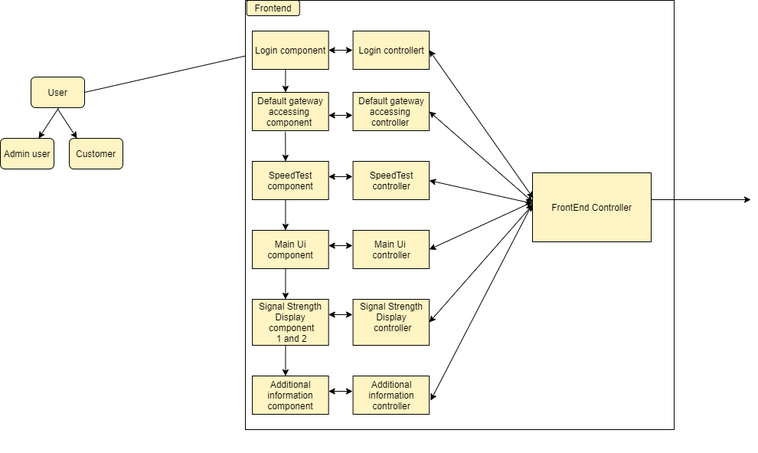
Before: Untitled Diagram.png, a diagram exported from draw.io (Chamithfernando/Signal-Monitoring-Application). Source tidied: cells renumbered, new cells last; positions are measured from the earlier drawing's top-left corner, leaving out a move shared by most shapes.
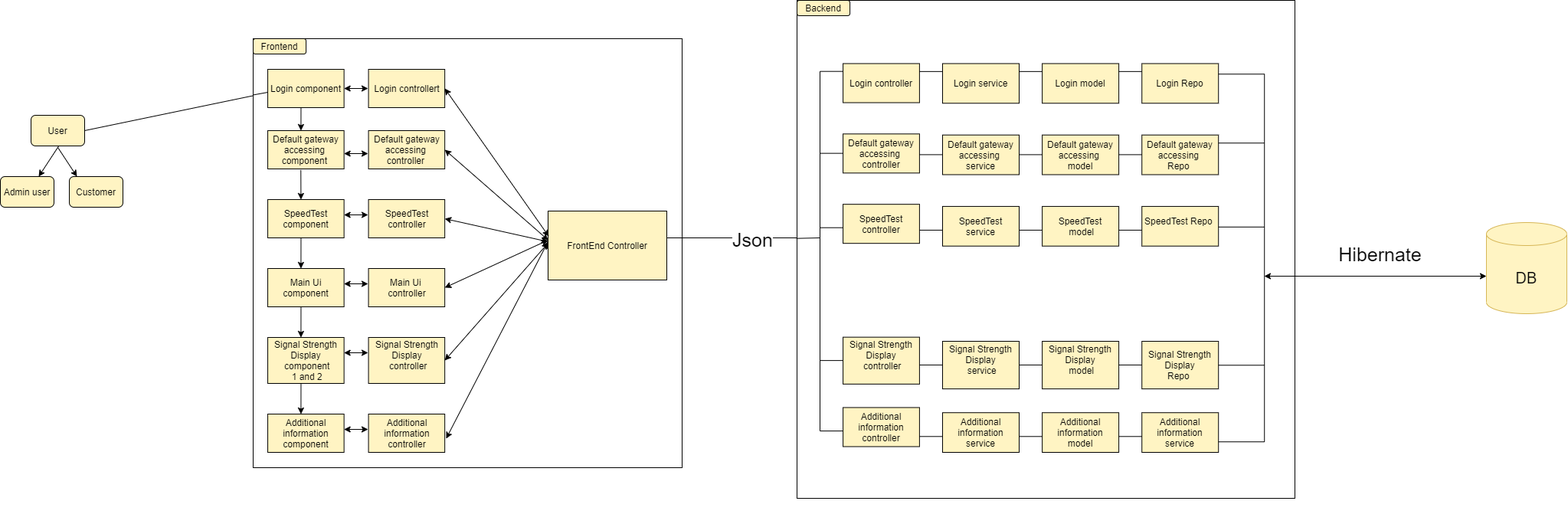
The same diagram one commit later.

The edit, as a diff of the source:
```diff
@@ -2,7 +2,10 @@
   <root>
     <mxCell id="0" />
     <mxCell id="1" parent="0" />
+    <mxCell id="47" style="group;" parent="1" vertex="1">
+      <mxGeometry x="10" y="-900" width="2045" height="632.5" as="geometry" />
+    </mxCell>
-    <mxCell id="2" style="group;" parent="1" vertex="1">
+    <mxCell id="2" style="group;" parent="47" vertex="1">
       <mxGeometry width="881.7" height="590" as="geometry" />
     </mxCell>
     <mxCell id="3" style="group;" parent="2" vertex="1">
@@ -35,10 +38,10 @@
       </mxGeometry>
     </mxCell>
     <mxCell id="10" style="group;" parent="2" vertex="1">
-      <mxGeometry x="130" width="751.7" height="590" as="geometry" />
+      <mxGeometry x="150" width="751.7" height="590" as="geometry" />
     </mxCell>
     <mxCell id="11" style="whiteSpace=wrap;html=1;gradientColor=none;fillColor=#FFFFFF;" parent="10" vertex="1">
-      <mxGeometry x="190" width="560" height="560" as="geometry" />
+      <mxGeometry x="180" width="560" height="560" as="geometry" />
     </mxCell>
     <mxCell id="12" style="group;" parent="10" vertex="1">
       <mxGeometry x="190" width="108.6" height="540" as="geometry" />
@@ -90,15 +93,23 @@
         <mxPoint x="52.4" y="490" as="targetPoint" />
       </mxGeometry>
     </mxCell>
+    <mxCell id="48" style="endArrow=none;html=1;exitX=0.001;exitY=0.131;exitDx=0;exitDy=0;exitPerimeter=0;" parent="12" edge="1" source="11">
+      <mxGeometry relative="1" as="geometry">
+        <mxPoint x="9.1" y="70" as="targetPoint" />
+      </mxGeometry>
+    </mxCell>
     <mxCell id="24" value="Frontend" style="rounded=1;whiteSpace=wrap;html=1;fillColor=#FFF4C3;" parent="10" vertex="1">
-      <mxGeometry x="191.7" width="69.1" height="20" as="geometry" />
+      <mxGeometry x="180" width="69.1" height="20" as="geometry" />
     </mxCell>
     <mxCell id="25" style="endArrow=classic;startArrow=classic;html=1;entryX=1;entryY=0.5;entryDx=0;entryDy=0;" parent="10" edge="1">
       <mxGeometry relative="1" as="geometry">
-        <mxPoint x="850" y="260" as="sourcePoint" />
+        <mxPoint x="900" y="260" as="sourcePoint" />
         <mxPoint x="570" y="260" as="targetPoint" />
       </mxGeometry>
     </mxCell>
+    <mxCell id="49" value="&lt;font style=&quot;font-size: 25px&quot;&gt;Json&lt;/font&gt;" style="edgeLabel;html=1;align=center;verticalAlign=middle;" parent="25" vertex="1">
+      <mxGeometry x="-0.59" y="1" relative="1" as="geometry" />
+    </mxCell>
     <mxCell id="26" style="group;" parent="10" vertex="1">
       <mxGeometry x="321.5" width="108.6" height="540" as="geometry" />
     </mxCell>
@@ -189,5 +200,353 @@
         <mxPoint x="330" y="410" as="targetPoint" />
       </mxGeometry>
     </mxCell>
+    <mxCell id="50" style="group;" parent="47" vertex="1">
+      <mxGeometry x="1050" width="640" height="632.5" as="geometry" />
+    </mxCell>
+    <mxCell id="51" value="Backend" style="rounded=1;whiteSpace=wrap;html=1;fillColor=#FFF4C3;" parent="50" vertex="1">
+      <mxGeometry width="69.1" height="20" as="geometry" />
+    </mxCell>
+    <mxCell id="52" style="group;" parent="50" vertex="1">
+      <mxGeometry x="30" y="32.5" width="610" height="600" as="geometry" />
+    </mxCell>
+    <mxCell id="53" style="endArrow=none;html=1;" parent="52" edge="1">
+      <mxGeometry relative="1" as="geometry">
+        <mxPoint x="69.9" y="207.5" as="sourcePoint" />
+        <mxPoint x="120" y="207.5" as="targetPoint" />
+      </mxGeometry>
+    </mxCell>
+    <mxCell id="54" style="endArrow=none;html=1;exitX=-0.001;exitY=0.479;exitDx=0;exitDy=0;exitPerimeter=0;" parent="52" edge="1" source="70">
+      <mxGeometry relative="1" as="geometry">
+        <mxPoint x="-10" y="227.5" as="targetPoint" />
+      </mxGeometry>
+    </mxCell>
+    <mxCell id="55" style="group;" parent="52" vertex="1">
+      <mxGeometry x="140" width="129.9" height="500" as="geometry" />
+    </mxCell>
+    <mxCell id="56" value="Default gateway accessing&amp;nbsp;&lt;br&gt;controller" style="rounded=0;whiteSpace=wrap;html=1;fillColor=#FFF4C3;gradientColor=none;" parent="55" vertex="1">
+      <mxGeometry x="30.1" y="91.8" width="99.8" height="51" as="geometry" />
+    </mxCell>
+    <mxCell id="57" value="SpeedTest controller" style="rounded=0;whiteSpace=wrap;html=1;fillColor=#FFF4C3;gradientColor=none;" parent="55" vertex="1">
+      <mxGeometry x="30.1" y="183.7" width="99.8" height="51" as="geometry" />
+    </mxCell>
+    <mxCell id="58" value="Main Ui &lt;br&gt;controller" style="rounded=0;whiteSpace=wrap;html=1;fillColor=#FFF4C3;gradientColor=none;" parent="55" vertex="1">
+      <mxGeometry x="30.1" y="275.5" width="99.8" height="51" as="geometry" />
+    </mxCell>
+    <mxCell id="59" value="Signal Strength Display&lt;br&gt;&amp;nbsp;controller&lt;br&gt;&amp;nbsp;" style="rounded=0;whiteSpace=wrap;html=1;fillColor=#FFF4C3;gradientColor=none;" parent="55" vertex="1">
+      <mxGeometry x="30.1" y="357.1" width="99.8" height="61.2" as="geometry" />
+    </mxCell>
+    <mxCell id="60" value="Additional information&lt;br&gt;controller" style="rounded=0;whiteSpace=wrap;html=1;fillColor=#FFF4C3;gradientColor=none;" parent="55" vertex="1">
+      <mxGeometry x="30.1" y="449" width="99.8" height="51" as="geometry" />
+    </mxCell>
+    <mxCell id="61" style="endArrow=none;html=1;" parent="55" edge="1">
+      <mxGeometry relative="1" as="geometry">
+        <mxPoint y="479.6" as="sourcePoint" />
+        <mxPoint y="10.2" as="targetPoint" />
+      </mxGeometry>
+    </mxCell>
+    <mxCell id="62" style="endArrow=none;html=1;" parent="55" edge="1">
+      <mxGeometry relative="1" as="geometry">
+        <mxPoint y="10.2" as="sourcePoint" />
+        <mxPoint x="30.1" y="10.2" as="targetPoint" />
+      </mxGeometry>
+    </mxCell>
+    <mxCell id="63" style="endArrow=none;html=1;" parent="55" edge="1">
+      <mxGeometry relative="1" as="geometry">
+        <mxPoint y="117.1" as="sourcePoint" />
+        <mxPoint x="30.1" y="117.1" as="targetPoint" />
+      </mxGeometry>
+    </mxCell>
+    <mxCell id="64" style="endArrow=none;html=1;" parent="55" edge="1">
+      <mxGeometry relative="1" as="geometry">
+        <mxPoint y="214.2" as="sourcePoint" />
+        <mxPoint x="30.1" y="214.2" as="targetPoint" />
+      </mxGeometry>
+    </mxCell>
+    <mxCell id="65" style="endArrow=none;html=1;" parent="55" edge="1">
+      <mxGeometry relative="1" as="geometry">
+        <mxPoint y="295.9" as="sourcePoint" />
+        <mxPoint x="30.1" y="295.9" as="targetPoint" />
+      </mxGeometry>
+    </mxCell>
+    <mxCell id="66" style="endArrow=none;html=1;" parent="55" edge="1">
+      <mxGeometry relative="1" as="geometry">
+        <mxPoint y="387.6" as="sourcePoint" />
+        <mxPoint x="30.1" y="387.6" as="targetPoint" />
+      </mxGeometry>
+    </mxCell>
+    <mxCell id="67" style="endArrow=none;html=1;" parent="55" edge="1">
+      <mxGeometry relative="1" as="geometry">
+        <mxPoint y="479.6" as="sourcePoint" />
+        <mxPoint x="30.1" y="479.6" as="targetPoint" />
+      </mxGeometry>
+    </mxCell>
+    <mxCell id="68" value="Login controller" style="rounded=0;whiteSpace=wrap;html=1;fillColor=#FFF4C3;gradientColor=none;" parent="52" vertex="1">
+      <mxGeometry x="170.1" width="99.8" height="51" as="geometry" />
+    </mxCell>
+    <mxCell id="69" style="group;" parent="52" vertex="1">
+      <mxGeometry x="-40" y="-50" width="650" height="650" as="geometry" />
+    </mxCell>
+    <mxCell id="70" style="whiteSpace=wrap;html=1;" parent="69" vertex="1">
+      <mxGeometry y="-32.5" width="650" height="650" as="geometry" />
+    </mxCell>
+    <mxCell id="71" style="group;" parent="69" vertex="1">
+      <mxGeometry x="30" y="50" width="129.9" height="500" as="geometry" />
+    </mxCell>
+    <mxCell id="72" value="Login controller" style="rounded=0;whiteSpace=wrap;html=1;fillColor=#FFF4C3;gradientColor=none;" parent="71" vertex="1">
+      <mxGeometry x="30.1" width="99.8" height="51" as="geometry" />
+    </mxCell>
+    <mxCell id="73" value="Default gateway accessing&amp;nbsp;&lt;br&gt;controller" style="rounded=0;whiteSpace=wrap;html=1;fillColor=#FFF4C3;gradientColor=none;" parent="71" vertex="1">
+      <mxGeometry x="30.1" y="91.8" width="99.8" height="51" as="geometry" />
+    </mxCell>
+    <mxCell id="74" value="SpeedTest controller" style="rounded=0;whiteSpace=wrap;html=1;fillColor=#FFF4C3;gradientColor=none;" parent="71" vertex="1">
+      <mxGeometry x="30.1" y="183.7" width="99.8" height="51" as="geometry" />
+    </mxCell>
+    <mxCell id="75" value="Signal Strength Display&lt;br&gt;&amp;nbsp;controller&lt;br&gt;&amp;nbsp;" style="rounded=0;whiteSpace=wrap;html=1;fillColor=#FFF4C3;gradientColor=none;" parent="71" vertex="1">
+      <mxGeometry x="30.1" y="357.1" width="99.8" height="61.2" as="geometry" />
+    </mxCell>
+    <mxCell id="76" value="Additional information&lt;br&gt;controller" style="rounded=0;whiteSpace=wrap;html=1;fillColor=#FFF4C3;gradientColor=none;" parent="71" vertex="1">
+      <mxGeometry x="30.1" y="449" width="99.8" height="51" as="geometry" />
+    </mxCell>
+    <mxCell id="77" style="endArrow=none;html=1;" parent="71" edge="1">
+      <mxGeometry relative="1" as="geometry">
+        <mxPoint y="479.6" as="sourcePoint" />
+        <mxPoint y="10.2" as="targetPoint" />
+      </mxGeometry>
+    </mxCell>
+    <mxCell id="78" style="endArrow=none;html=1;" parent="71" edge="1">
+      <mxGeometry relative="1" as="geometry">
+        <mxPoint y="10.2" as="sourcePoint" />
+        <mxPoint x="30.1" y="10.2" as="targetPoint" />
+      </mxGeometry>
+    </mxCell>
+    <mxCell id="79" style="endArrow=none;html=1;" parent="71" edge="1">
+      <mxGeometry relative="1" as="geometry">
+        <mxPoint y="117.1" as="sourcePoint" />
+        <mxPoint x="30.1" y="117.1" as="targetPoint" />
+      </mxGeometry>
+    </mxCell>
+    <mxCell id="80" style="endArrow=none;html=1;" parent="71" edge="1">
+      <mxGeometry relative="1" as="geometry">
+        <mxPoint y="214.2" as="sourcePoint" />
+        <mxPoint x="30.1" y="214.2" as="targetPoint" />
+      </mxGeometry>
+    </mxCell>
+    <mxCell id="81" style="endArrow=none;html=1;" parent="71" edge="1">
+      <mxGeometry relative="1" as="geometry">
+        <mxPoint y="387.6" as="sourcePoint" />
+        <mxPoint x="30.1" y="387.6" as="targetPoint" />
+      </mxGeometry>
+    </mxCell>
+    <mxCell id="82" style="endArrow=none;html=1;" parent="71" edge="1">
+      <mxGeometry relative="1" as="geometry">
+        <mxPoint y="479.6" as="sourcePoint" />
+        <mxPoint x="30.1" y="479.6" as="targetPoint" />
+      </mxGeometry>
+    </mxCell>
+    <mxCell id="83" style="group;" parent="69" vertex="1">
+      <mxGeometry x="159.9" y="50" width="130.1" height="507.5" as="geometry" />
+    </mxCell>
+    <mxCell id="84" value="Login service" style="rounded=0;whiteSpace=wrap;html=1;fillColor=#FFF4C3;gradientColor=none;" parent="83" vertex="1">
+      <mxGeometry x="30.1" width="100" height="51.8" as="geometry" />
+    </mxCell>
+    <mxCell id="85" value="Default gateway accessing&amp;nbsp;&lt;br&gt;service" style="rounded=0;whiteSpace=wrap;html=1;fillColor=#FFF4C3;gradientColor=none;" parent="83" vertex="1">
+      <mxGeometry x="30.1" y="93.2" width="100" height="51.8" as="geometry" />
+    </mxCell>
+    <mxCell id="86" value="SpeedTest service" style="rounded=0;whiteSpace=wrap;html=1;fillColor=#FFF4C3;gradientColor=none;" parent="83" vertex="1">
+      <mxGeometry x="30.1" y="186.4" width="100" height="51.8" as="geometry" />
+    </mxCell>
+    <mxCell id="87" value="Signal Strength Display&lt;br&gt;&amp;nbsp;service&lt;br&gt;&amp;nbsp;" style="rounded=0;whiteSpace=wrap;html=1;fillColor=#FFF4C3;gradientColor=none;" parent="83" vertex="1">
+      <mxGeometry x="30.1" y="362.5" width="100" height="62.1" as="geometry" />
+    </mxCell>
+    <mxCell id="88" value="Additional information&lt;br&gt;service" style="rounded=0;whiteSpace=wrap;html=1;fillColor=#FFF4C3;gradientColor=none;" parent="83" vertex="1">
+      <mxGeometry x="30.1" y="455.7" width="100" height="51.8" as="geometry" />
+    </mxCell>
+    <mxCell id="89" style="endArrow=none;html=1;" parent="83" edge="1">
+      <mxGeometry relative="1" as="geometry">
+        <mxPoint y="10.4" as="sourcePoint" />
+        <mxPoint x="30.1" y="10.4" as="targetPoint" />
+      </mxGeometry>
+    </mxCell>
+    <mxCell id="90" style="endArrow=none;html=1;" parent="83" edge="1">
+      <mxGeometry relative="1" as="geometry">
+        <mxPoint y="118.9" as="sourcePoint" />
+        <mxPoint x="30.1" y="118.9" as="targetPoint" />
+      </mxGeometry>
+    </mxCell>
+    <mxCell id="91" style="endArrow=none;html=1;" parent="83" edge="1">
+      <mxGeometry relative="1" as="geometry">
+        <mxPoint y="217.4" as="sourcePoint" />
+        <mxPoint x="30.1" y="217.4" as="targetPoint" />
+      </mxGeometry>
+    </mxCell>
+    <mxCell id="92" style="endArrow=none;html=1;" parent="83" edge="1">
+      <mxGeometry relative="1" as="geometry">
+        <mxPoint y="393.4" as="sourcePoint" />
+        <mxPoint x="30.1" y="393.4" as="targetPoint" />
+      </mxGeometry>
+    </mxCell>
+    <mxCell id="93" style="endArrow=none;html=1;" parent="83" edge="1">
+      <mxGeometry relative="1" as="geometry">
+        <mxPoint y="486.8" as="sourcePoint" />
+        <mxPoint x="30.1" y="486.8" as="targetPoint" />
+      </mxGeometry>
+    </mxCell>
+    <mxCell id="94" style="endArrow=none;html=1;exitX=0;exitY=0.478;exitDx=0;exitDy=0;exitPerimeter=0;" parent="69" edge="1" source="70">
+      <mxGeometry relative="1" as="geometry">
+        <mxPoint x="30" y="277.5" as="targetPoint" />
+      </mxGeometry>
+    </mxCell>
+    <mxCell id="95" style="group;" parent="69" vertex="1">
+      <mxGeometry x="290" y="50" width="130.1" height="507.5" as="geometry" />
+    </mxCell>
+    <mxCell id="96" value="Login model" style="rounded=0;whiteSpace=wrap;html=1;fillColor=#FFF4C3;gradientColor=none;" parent="95" vertex="1">
+      <mxGeometry x="30.1" width="100" height="51.8" as="geometry" />
+    </mxCell>
+    <mxCell id="97" value="Default gateway accessing&amp;nbsp;&lt;br&gt;model" style="rounded=0;whiteSpace=wrap;html=1;fillColor=#FFF4C3;gradientColor=none;" parent="95" vertex="1">
+      <mxGeometry x="30.1" y="93.2" width="100" height="51.8" as="geometry" />
+    </mxCell>
+    <mxCell id="98" value="SpeedTest&lt;br&gt;&amp;nbsp;model" style="rounded=0;whiteSpace=wrap;html=1;fillColor=#FFF4C3;gradientColor=none;" parent="95" vertex="1">
+      <mxGeometry x="30.1" y="186.4" width="100" height="51.8" as="geometry" />
+    </mxCell>
+    <mxCell id="99" value="Signal Strength Display&lt;br&gt;&amp;nbsp;model&lt;br&gt;&amp;nbsp;" style="rounded=0;whiteSpace=wrap;html=1;fillColor=#FFF4C3;gradientColor=none;" parent="95" vertex="1">
+      <mxGeometry x="30.1" y="362.5" width="100" height="62.1" as="geometry" />
+    </mxCell>
+    <mxCell id="100" value="Additional information&lt;br&gt;model" style="rounded=0;whiteSpace=wrap;html=1;fillColor=#FFF4C3;gradientColor=none;" parent="95" vertex="1">
+      <mxGeometry x="30.1" y="455.7" width="100" height="51.8" as="geometry" />
+    </mxCell>
+    <mxCell id="101" style="endArrow=none;html=1;" parent="95" edge="1">
+      <mxGeometry relative="1" as="geometry">
+        <mxPoint y="10.4" as="sourcePoint" />
+        <mxPoint x="30.1" y="10.4" as="targetPoint" />
+      </mxGeometry>
+    </mxCell>
+    <mxCell id="102" style="endArrow=none;html=1;" parent="95" edge="1">
+      <mxGeometry relative="1" as="geometry">
+        <mxPoint y="118.9" as="sourcePoint" />
+        <mxPoint x="30.1" y="118.9" as="targetPoint" />
+      </mxGeometry>
+    </mxCell>
+    <mxCell id="103" style="endArrow=none;html=1;" parent="95" edge="1">
+      <mxGeometry relative="1" as="geometry">
+        <mxPoint y="217.4" as="sourcePoint" />
+        <mxPoint x="30.1" y="217.4" as="targetPoint" />
+      </mxGeometry>
+    </mxCell>
+    <mxCell id="104" style="endArrow=none;html=1;" parent="95" edge="1">
+      <mxGeometry relative="1" as="geometry">
+        <mxPoint y="393.4" as="sourcePoint" />
+        <mxPoint x="30.1" y="393.4" as="targetPoint" />
+      </mxGeometry>
+    </mxCell>
+    <mxCell id="105" style="endArrow=none;html=1;" parent="95" edge="1">
+      <mxGeometry relative="1" as="geometry">
+        <mxPoint y="486.8" as="sourcePoint" />
+        <mxPoint x="30.1" y="486.8" as="targetPoint" />
+      </mxGeometry>
+    </mxCell>
+    <mxCell id="106" style="group;" parent="69" vertex="1">
+      <mxGeometry x="420.1" y="50" width="130.1" height="507.5" as="geometry" />
+    </mxCell>
+    <mxCell id="107" value="Login Repo" style="rounded=0;whiteSpace=wrap;html=1;fillColor=#FFF4C3;gradientColor=none;" parent="106" vertex="1">
+      <mxGeometry x="30.1" width="100" height="51.8" as="geometry" />
+    </mxCell>
+    <mxCell id="108" value="Default gateway accessing&amp;nbsp;&lt;br&gt;Repo&amp;nbsp;" style="rounded=0;whiteSpace=wrap;html=1;fillColor=#FFF4C3;gradientColor=none;" parent="106" vertex="1">
+      <mxGeometry x="30.1" y="93.2" width="100" height="51.8" as="geometry" />
+    </mxCell>
+    <mxCell id="109" value="SpeedTest Repo&amp;nbsp; &amp;nbsp;" style="rounded=0;whiteSpace=wrap;html=1;fillColor=#FFF4C3;gradientColor=none;" parent="106" vertex="1">
+      <mxGeometry x="30.1" y="186.4" width="100" height="51.8" as="geometry" />
+    </mxCell>
+    <mxCell id="110" value="Signal Strength Display&lt;br&gt;Repo&amp;nbsp;" style="rounded=0;whiteSpace=wrap;html=1;fillColor=#FFF4C3;gradientColor=none;" parent="106" vertex="1">
+      <mxGeometry x="30.1" y="362.5" width="100" height="62.1" as="geometry" />
+    </mxCell>
+    <mxCell id="111" value="Additional information&lt;br&gt;service" style="rounded=0;whiteSpace=wrap;html=1;fillColor=#FFF4C3;gradientColor=none;" parent="106" vertex="1">
+      <mxGeometry x="30.1" y="455.7" width="100" height="51.8" as="geometry" />
+    </mxCell>
+    <mxCell id="112" style="endArrow=none;html=1;" parent="106" edge="1">
+      <mxGeometry relative="1" as="geometry">
+        <mxPoint y="10.4" as="sourcePoint" />
+        <mxPoint x="30.1" y="10.4" as="targetPoint" />
+      </mxGeometry>
+    </mxCell>
+    <mxCell id="113" style="endArrow=none;html=1;" parent="106" edge="1">
+      <mxGeometry relative="1" as="geometry">
+        <mxPoint y="118.9" as="sourcePoint" />
+        <mxPoint x="30.1" y="118.9" as="targetPoint" />
+      </mxGeometry>
+    </mxCell>
+    <mxCell id="114" style="endArrow=none;html=1;" parent="106" edge="1">
+      <mxGeometry relative="1" as="geometry">
+        <mxPoint y="217.4" as="sourcePoint" />
+        <mxPoint x="30.1" y="217.4" as="targetPoint" />
+      </mxGeometry>
+    </mxCell>
+    <mxCell id="115" style="endArrow=none;html=1;" parent="106" edge="1">
+      <mxGeometry relative="1" as="geometry">
+        <mxPoint y="393.4" as="sourcePoint" />
+        <mxPoint x="30.1" y="393.4" as="targetPoint" />
+      </mxGeometry>
+    </mxCell>
+    <mxCell id="116" style="endArrow=none;html=1;" parent="106" edge="1">
+      <mxGeometry relative="1" as="geometry">
+        <mxPoint y="486.8" as="sourcePoint" />
+        <mxPoint x="30.1" y="486.8" as="targetPoint" />
+      </mxGeometry>
+    </mxCell>
+    <mxCell id="117" style="group;" parent="69" vertex="1">
+      <mxGeometry x="550.2" y="63.8" width="60" height="480" as="geometry" />
+    </mxCell>
+    <mxCell id="118" style="endArrow=none;html=1;" parent="117" edge="1">
+      <mxGeometry relative="1" as="geometry">
+        <mxPoint x="60" y="480" as="sourcePoint" />
+        <mxPoint x="60" as="targetPoint" />
+      </mxGeometry>
+    </mxCell>
+    <mxCell id="119" style="endArrow=none;html=1;" parent="117" edge="1">
+      <mxGeometry relative="1" as="geometry">
+        <mxPoint as="sourcePoint" />
+        <mxPoint x="60" as="targetPoint" />
+      </mxGeometry>
+    </mxCell>
+    <mxCell id="120" style="endArrow=none;html=1;" parent="117" edge="1">
+      <mxGeometry relative="1" as="geometry">
+        <mxPoint y="90" as="sourcePoint" />
+        <mxPoint x="60" y="90" as="targetPoint" />
+      </mxGeometry>
+    </mxCell>
+    <mxCell id="121" style="endArrow=none;html=1;" parent="117" edge="1">
+      <mxGeometry relative="1" as="geometry">
+        <mxPoint y="199.6" as="sourcePoint" />
+        <mxPoint x="60" y="199.6" as="targetPoint" />
+      </mxGeometry>
+    </mxCell>
+    <mxCell id="122" style="endArrow=none;html=1;" parent="117" edge="1">
+      <mxGeometry relative="1" as="geometry">
+        <mxPoint y="380" as="sourcePoint" />
+        <mxPoint x="60" y="380" as="targetPoint" />
+      </mxGeometry>
+    </mxCell>
+    <mxCell id="123" style="endArrow=none;html=1;" parent="117" edge="1">
+      <mxGeometry relative="1" as="geometry">
+        <mxPoint y="480" as="sourcePoint" />
+        <mxPoint x="60" y="480" as="targetPoint" />
+      </mxGeometry>
+    </mxCell>
+    <mxCell id="124" value="Backend" style="rounded=1;whiteSpace=wrap;html=1;fillColor=#FFF4C3;" parent="69" vertex="1">
+      <mxGeometry y="-32.5" width="69.1" height="20" as="geometry" />
+    </mxCell>
+    <mxCell id="125" value="&lt;font style=&quot;font-size: 20px&quot;&gt;DB&lt;/font&gt;" style="shape=cylinder3;whiteSpace=wrap;html=1;boundedLbl=1;backgroundOutline=1;size=15;strokeColor=#d6b656;fillColor=#FFF4C3;" parent="47" vertex="1">
+      <mxGeometry x="1940" y="240" width="105" height="119" as="geometry" />
+    </mxCell>
+    <mxCell id="126" style="endArrow=classic;startArrow=classic;html=1;" parent="47" edge="1">
+      <mxGeometry relative="1" as="geometry">
+        <mxPoint x="1650" y="310" as="sourcePoint" />
+        <mxPoint x="1940" y="310" as="targetPoint" />
+      </mxGeometry>
+    </mxCell>
+    <mxCell id="127" value="&lt;font style=&quot;font-size: 25px&quot;&gt;Hibernate&lt;/font&gt;" style="edgeLabel;html=1;align=center;verticalAlign=middle;" parent="126" vertex="1">
+      <mxGeometry x="-0.17" y="-6" relative="1" as="geometry">
+        <mxPoint x="30" y="-36" as="offset" />
+      </mxGeometry>
+    </mxCell>
   </root>
 </mxGraphModel>
```
